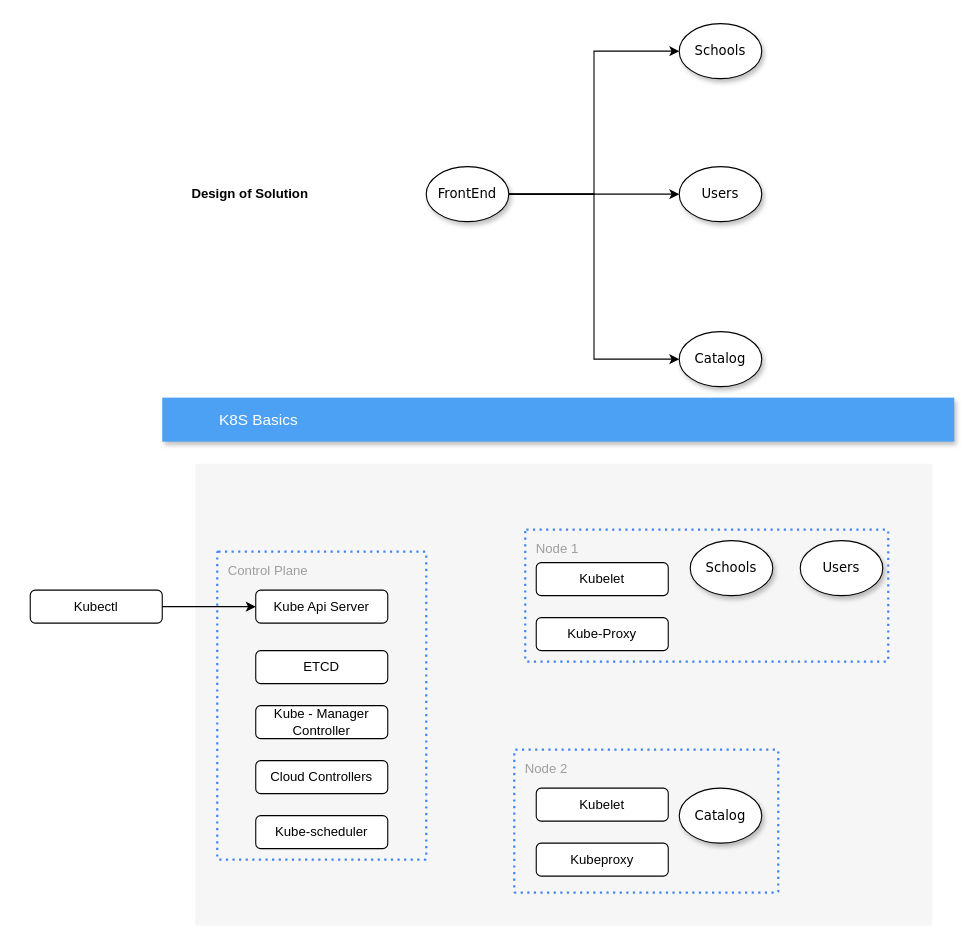
bugcy013/ckad-preparation keeps this draw.io diagram as Untitled Diagram.drawio. Above is the earlier version. Source tidied: cells renumbered, new cells numbered last; positions are measured from the earlier drawing's top-left corner, leaving out a move shared by most shapes. Both pictures are drawn from the tidied source at 110%, with x=0, y=0 at pixel (30, 23).
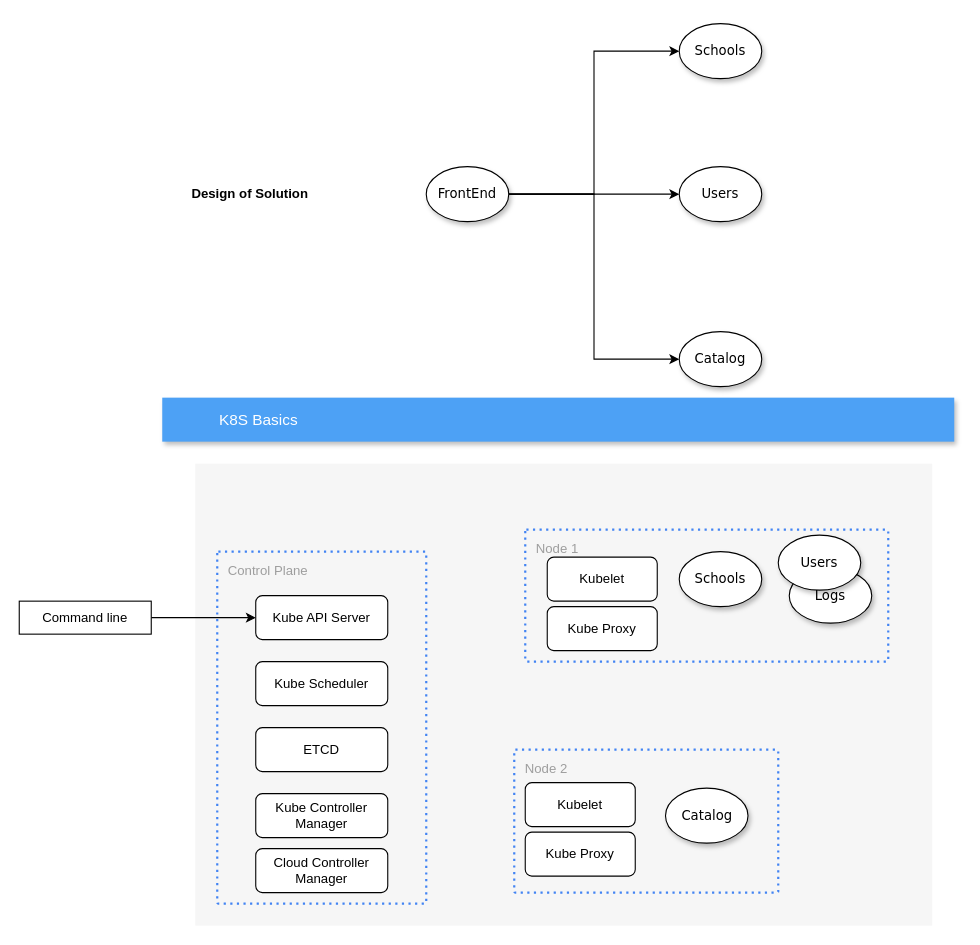
The same diagram, later.

Diff of the diagram source:
```diff
@@
     <mxCell id="11" value="Control Plane" style="rounded=1;absoluteArcSize=1;arcSize=2;html=1;strokeColor=#4284F3;gradientColor=none;shadow=0;dashed=1;fontSize=12;fontColor=#9E9E9E;align=left;verticalAlign=top;spacing=10;spacingTop=-4;fillColor=none;dashPattern=1 2;strokeWidth=2;" parent="1" vertex="1">
-      <mxGeometry x="170" y="480" width="190" height="280" as="geometry" />
+      <mxGeometry x="170" y="480" width="190" height="320" as="geometry" />
     </mxCell>
@@
+    <mxCell id="29" style="edgeStyle=orthogonalEdgeStyle;rounded=0;jettySize=auto;html=1;" parent="1" edge="1" source="30" target="31">
+      <mxGeometry relative="1" as="geometry" />
+    </mxCell>
+    <mxCell id="30" value="Command line" style="rounded=0;whiteSpace=wrap;html=1;" parent="1" vertex="1">
+      <mxGeometry x="-10" y="525" width="120" height="30" as="geometry" />
+    </mxCell>
+    <mxCell id="31" value="Kube API Server" style="rounded=1;whiteSpace=wrap;html=1;" parent="1" vertex="1">
+      <mxGeometry x="205" y="520" width="120" height="40" as="geometry" />
+    </mxCell>
     <mxCell id="15" value="&lt;span&gt;Schools&lt;/span&gt;" style="ellipse;whiteSpace=wrap;html=1;rounded=0;shadow=1;comic=0;labelBackgroundColor=none;strokeWidth=1;fontFamily=Verdana;fontSize=12;align=center;" parent="1" vertex="1">
-      <mxGeometry x="600" y="470" width="75" height="50" as="geometry" />
+      <mxGeometry x="590" y="480" width="75" height="50" as="geometry" />
     </mxCell>
+    <mxCell id="17" value="&lt;span&gt;Catalog&lt;/span&gt;" style="ellipse;whiteSpace=wrap;html=1;rounded=0;shadow=1;comic=0;labelBackgroundColor=none;strokeWidth=1;fontFamily=Verdana;fontSize=12;align=center;" parent="1" vertex="1">
+      <mxGeometry x="577.5" y="695" width="75" height="50" as="geometry" />
+    </mxCell>
+    <mxCell id="32" value="Kube Scheduler" style="rounded=1;whiteSpace=wrap;html=1;" parent="1" vertex="1">
+      <mxGeometry x="205" y="580" width="120" height="40" as="geometry" />
+    </mxCell>
+    <mxCell id="21" value="ETCD" style="rounded=1;whiteSpace=wrap;html=1;" parent="1" vertex="1">
+      <mxGeometry x="205" y="640" width="120" height="40" as="geometry" />
+    </mxCell>
+    <mxCell id="33" value="Kube Controller Manager" style="rounded=1;whiteSpace=wrap;html=1;" parent="1" vertex="1">
+      <mxGeometry x="205" y="700" width="120" height="40" as="geometry" />
+    </mxCell>
+    <mxCell id="34" value="Cloud Controller Manager" style="rounded=1;whiteSpace=wrap;html=1;" parent="1" vertex="1">
+      <mxGeometry x="205" y="750" width="120" height="40" as="geometry" />
+    </mxCell>
+    <mxCell id="35" value="Logs" style="ellipse;whiteSpace=wrap;html=1;rounded=0;shadow=1;comic=0;labelBackgroundColor=none;strokeWidth=1;fontFamily=Verdana;fontSize=12;align=center;" parent="1" vertex="1">
+      <mxGeometry x="690" y="495" width="75" height="50" as="geometry" />
+    </mxCell>
     <mxCell id="16" value="&lt;span&gt;Users&lt;/span&gt;" style="ellipse;whiteSpace=wrap;html=1;rounded=0;shadow=1;comic=0;labelBackgroundColor=none;strokeWidth=1;fontFamily=Verdana;fontSize=12;align=center;" parent="1" vertex="1">
-      <mxGeometry x="700" y="470" width="75" height="50" as="geometry" />
+      <mxGeometry x="680" y="465" width="75" height="50" as="geometry" />
     </mxCell>
-    <mxCell id="17" value="&lt;span&gt;Catalog&lt;/span&gt;" style="ellipse;whiteSpace=wrap;html=1;rounded=0;shadow=1;comic=0;labelBackgroundColor=none;strokeWidth=1;fontFamily=Verdana;fontSize=12;align=center;" parent="1" vertex="1">
-      <mxGeometry x="590" y="695" width="75" height="50" as="geometry" />
-    </mxCell>
-    <mxCell id="18" style="edgeStyle=orthogonalEdgeStyle;rounded=0;jettySize=auto;html=1;" parent="1" edge="1" source="19" target="20">
-      <mxGeometry relative="1" as="geometry" />
-    </mxCell>
-    <mxCell id="19" value="Kubectl" style="rounded=1;whiteSpace=wrap;html=1;" parent="1" vertex="1">
-      <mxGeometry y="515" width="120" height="30" as="geometry" />
-    </mxCell>
-    <mxCell id="20" value="Kube Api Server" style="rounded=1;whiteSpace=wrap;html=1;" parent="1" vertex="1">
-      <mxGeometry x="205" y="515" width="120" height="30" as="geometry" />
-    </mxCell>
-    <mxCell id="21" value="ETCD" style="rounded=1;whiteSpace=wrap;html=1;" parent="1" vertex="1">
-      <mxGeometry x="205" y="570" width="120" height="30" as="geometry" />
-    </mxCell>
-    <mxCell id="22" value="Kube - Manager Controller" style="rounded=1;whiteSpace=wrap;html=1;" parent="1" vertex="1">
-      <mxGeometry x="205" y="620" width="120" height="30" as="geometry" />
-    </mxCell>
-    <mxCell id="23" value="Cloud Controllers" style="rounded=1;whiteSpace=wrap;html=1;" parent="1" vertex="1">
-      <mxGeometry x="205" y="670" width="120" height="30" as="geometry" />
-    </mxCell>
-    <mxCell id="24" value="Kube-scheduler" style="rounded=1;whiteSpace=wrap;html=1;" parent="1" vertex="1">
-      <mxGeometry x="205" y="720" width="120" height="30" as="geometry" />
-    </mxCell>
-    <mxCell id="25" value="Kubelet" style="rounded=1;whiteSpace=wrap;html=1;" parent="1" vertex="1">
-      <mxGeometry x="460" y="490" width="120" height="30" as="geometry" />
-    </mxCell>
-    <mxCell id="26" value="Kube-Proxy" style="rounded=1;whiteSpace=wrap;html=1;" parent="1" vertex="1">
-      <mxGeometry x="460" y="540" width="120" height="30" as="geometry" />
-    </mxCell>
-    <mxCell id="27" value="Kubelet" style="rounded=1;whiteSpace=wrap;html=1;" parent="1" vertex="1">
-      <mxGeometry x="460" y="695" width="120" height="30" as="geometry" />
-    </mxCell>
-    <mxCell id="28" value="Kubeproxy" style="rounded=1;whiteSpace=wrap;html=1;" parent="1" vertex="1">
-      <mxGeometry x="460" y="745" width="120" height="30" as="geometry" />
-    </mxCell>
+    <mxCell id="36" value="Kubelet" style="rounded=1;whiteSpace=wrap;html=1;" parent="1" vertex="1">
+      <mxGeometry x="470" y="485" width="100" height="40" as="geometry" />
+    </mxCell>
+    <mxCell id="37" value="Kube Proxy" style="rounded=1;whiteSpace=wrap;html=1;" parent="1" vertex="1">
+      <mxGeometry x="470" y="530" width="100" height="40" as="geometry" />
+    </mxCell>
+    <mxCell id="38" value="Kubelet" style="rounded=1;whiteSpace=wrap;html=1;" parent="1" vertex="1">
+      <mxGeometry x="450" y="690" width="100" height="40" as="geometry" />
+    </mxCell>
+    <mxCell id="39" value="Kube Proxy" style="rounded=1;whiteSpace=wrap;html=1;" parent="1" vertex="1">
+      <mxGeometry x="450" y="735" width="100" height="40" as="geometry" />
+    </mxCell>
```
